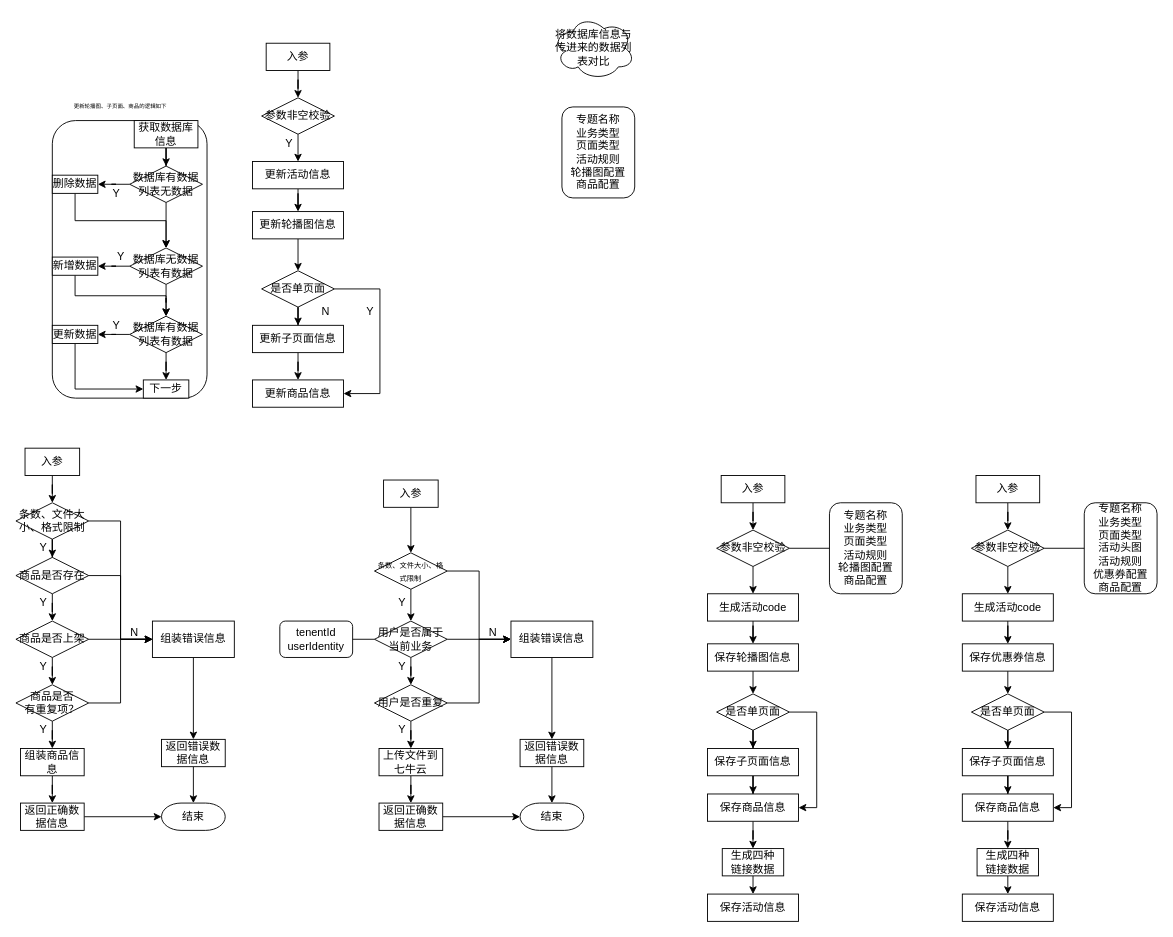
Before: activityTheme.drawio in ppp-203/ppp-203, a draw.io diagram. Source tidied: cells renumbered, new cells numbered last; positions are measured from the earlier drawing's top-left corner, leaving out a move shared by most shapes. Both pictures are drawn from the tidied source at 91%, with x=0, y=0 at pixel (15, 15).
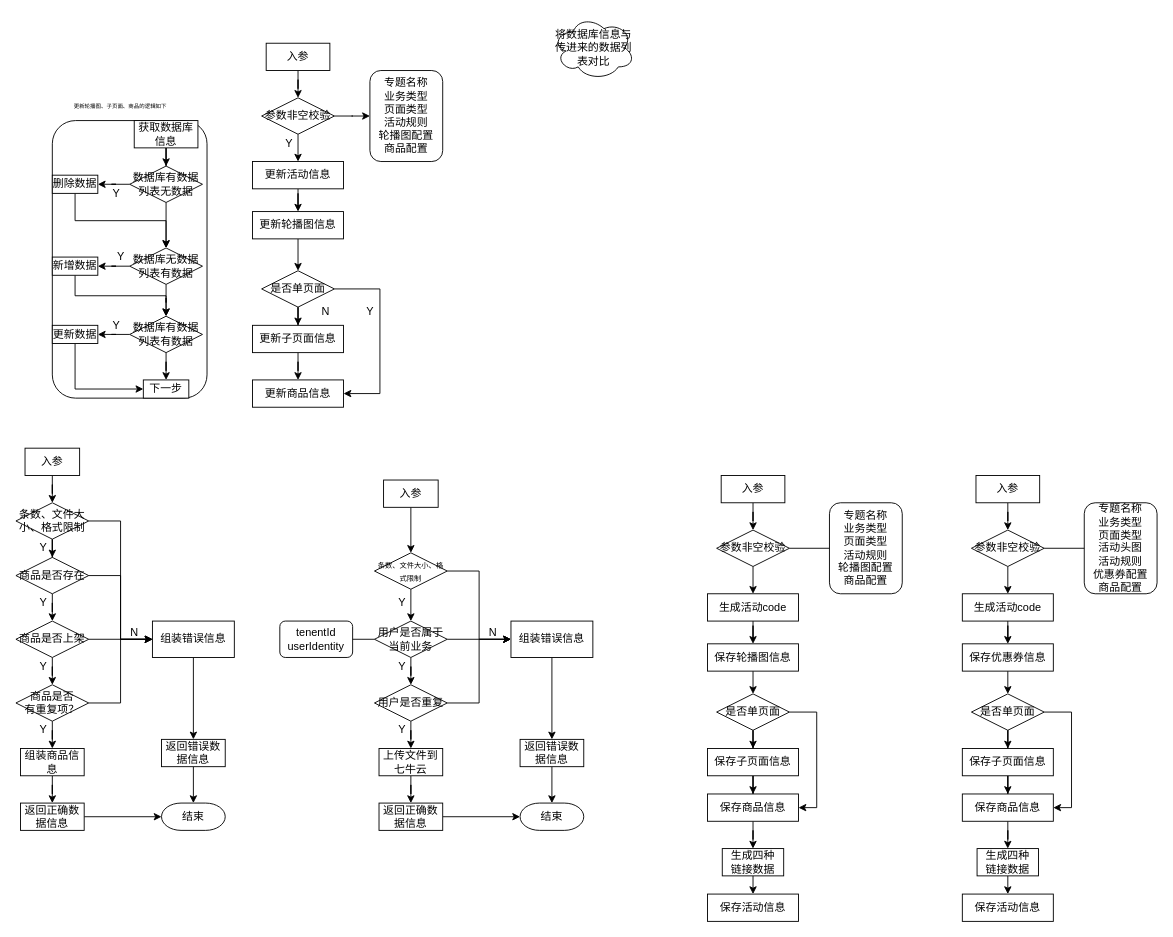
The same page after the edit.

The change refers to these unchanged cells:
```xml
<mxCell id="3" value="参数非空校验" style="rhombus;whiteSpace=wrap;html=1;strokeWidth=1;" parent="1" vertex="1">
  <mxGeometry x="270" y="90" width="80" height="40" as="geometry" />
</mxCell>
```

The edit, as a diff of the source:
```diff
@@
+    <mxCell id="138" style="edgeStyle=orthogonalEdgeStyle;rounded=0;jettySize=auto;html=1;entryX=0;entryY=0.5;entryDx=0;entryDy=0;fontSize=6;" parent="1" edge="1" source="3" target="52">
+      <mxGeometry relative="1" as="geometry" />
+    </mxCell>
@@
     <mxCell id="52" value="专题名称&lt;br&gt;业务类型&lt;br&gt;页面类型&lt;br&gt;活动规则&lt;br&gt;轮播图配置&lt;br&gt;商品配置" style="rounded=1;whiteSpace=wrap;html=1;strokeWidth=1;" parent="1" vertex="1">
-      <mxGeometry x="600" y="100" width="80" height="100" as="geometry" />
+      <mxGeometry x="389" y="60" width="80" height="100" as="geometry" />
     </mxCell>
```
